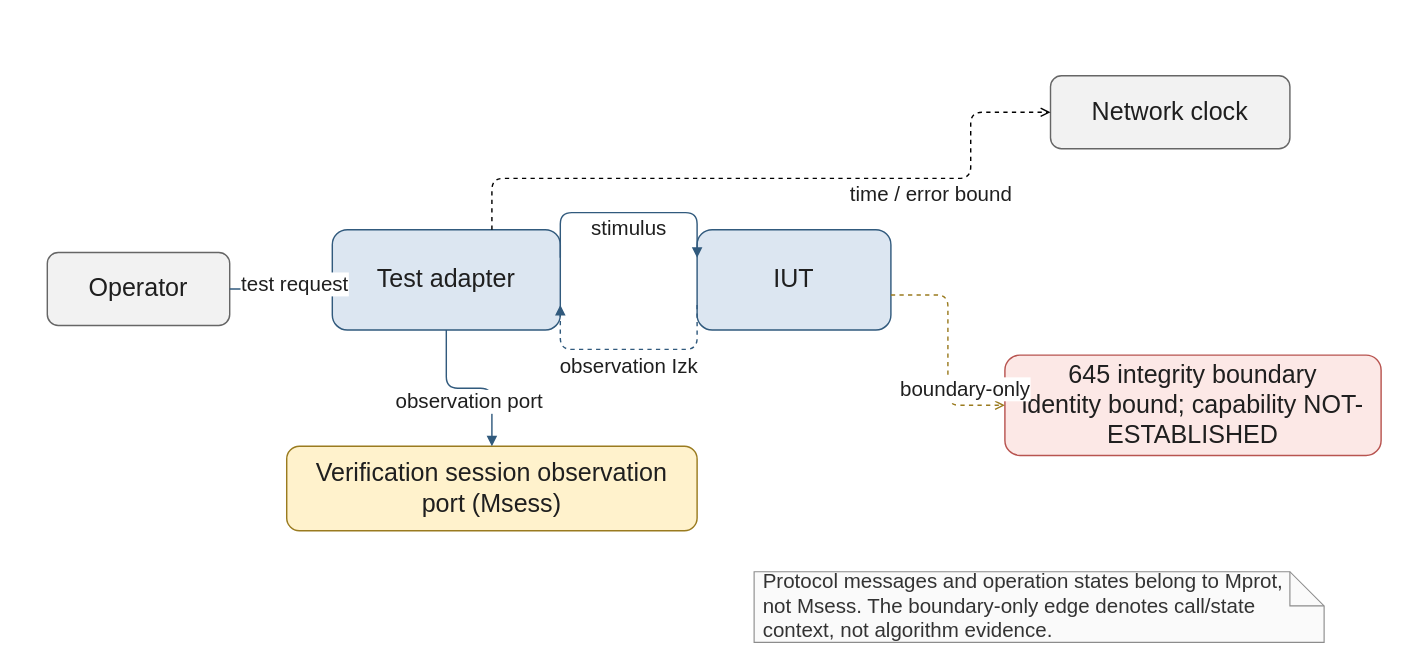
This is docs/research/publication/models/drawio/FIG-CL-TAV-01-context.drawio from ZhangChi0727/arinc-615a-conformance, a draw.io file, before an edit. Source tidied: cells renumbered, new cells numbered last; positions are measured from the earlier drawing's top-left corner, leaving out a move shared by most shapes. Both pictures are drawn from the tidied source at 114%, with x=0, y=0 at pixel (47, 75).
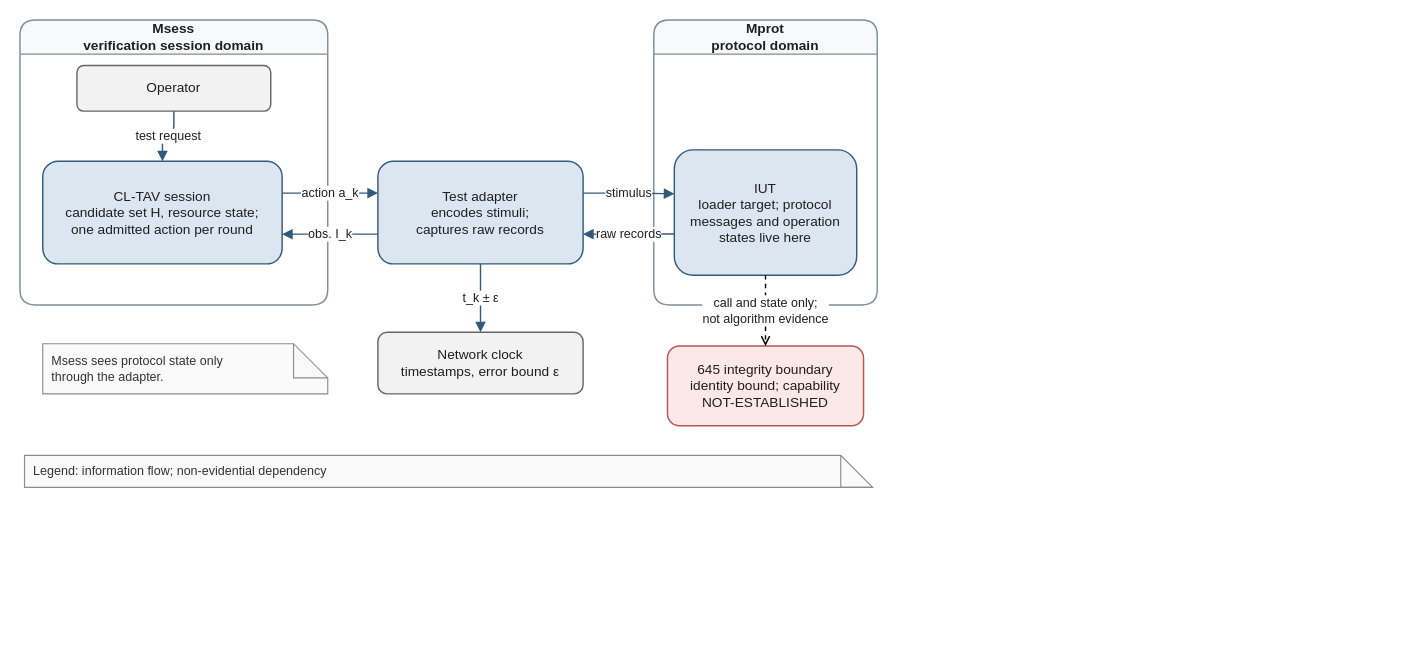
The same diagram, later.

The edit, as a diff of the source:
```diff
@@
+    <mxCell id="15" value="Msess&lt;br&gt;verification session domain" style="swimlane;horizontal=1;startSize=30;rounded=1;whiteSpace=wrap;html=1;fillColor=#F7F9FB;swimlaneFillColor=#FFFFFF;strokeColor=#7F8C99;strokeWidth=1.25;fontFamily=Helvetica;fontSize=12;fontStyle=1;fontColor=#1F1F1F;shadow=0;glass=0;gradientColor=none;" parent="1" vertex="1">
+      <mxGeometry x="-24" y="-49" width="270" height="250" as="geometry" />
+    </mxCell>
+    <mxCell id="16" value="Mprot&lt;br&gt;protocol domain" style="swimlane;horizontal=1;startSize=30;rounded=1;whiteSpace=wrap;html=1;fillColor=#F7F9FB;swimlaneFillColor=#FFFFFF;strokeColor=#7F8C99;strokeWidth=1.25;fontFamily=Helvetica;fontSize=12;fontStyle=1;fontColor=#1F1F1F;shadow=0;glass=0;gradientColor=none;" parent="1" vertex="1">
+      <mxGeometry x="532" y="-49" width="196" height="250" as="geometry" />
+    </mxCell>
-    <mxCell id="2" value="Operator" style="rounded=1;whiteSpace=wrap;html=1;fillColor=#F2F2F2;strokeColor=#666666;strokeWidth=1.25;fontFamily=Helvetica;fontSize=22;fontColor=#1F1F1F;align=center;verticalAlign=middle;spacing=6;shadow=0;glass=0;gradientColor=none;" parent="1" vertex="1">
-      <mxGeometry y="155" width="160" height="64" as="geometry" />
+    <mxCell id="2" value="Operator" style="rounded=1;whiteSpace=wrap;html=1;fillColor=#F2F2F2;strokeColor=#666666;strokeWidth=1.25;fontFamily=Helvetica;fontSize=12;fontColor=#1F1F1F;align=center;verticalAlign=middle;spacing=6;shadow=0;glass=0;gradientColor=none;" parent="15" vertex="1">
+      <mxGeometry x="50" y="40" width="170" height="40" as="geometry" />
     </mxCell>
+    <mxCell id="17" value="CL-TAV session&lt;br&gt;candidate set H, resource state;&lt;br&gt;one admitted action per round" style="rounded=1;whiteSpace=wrap;html=1;fillColor=#DCE6F1;strokeColor=#315A7D;strokeWidth=1.25;fontFamily=Helvetica;fontSize=12;fontColor=#1F1F1F;align=center;verticalAlign=middle;spacing=6;shadow=0;glass=0;gradientColor=none;" parent="15" vertex="1">
+      <mxGeometry x="20" y="124" width="210" height="90" as="geometry" />
+    </mxCell>
-    <mxCell id="3" value="Test adapter" style="rounded=1;whiteSpace=wrap;html=1;fillColor=#DCE6F1;strokeColor=#315A7D;strokeWidth=1.25;fontFamily=Helvetica;fontSize=22;fontColor=#1F1F1F;align=center;verticalAlign=middle;spacing=6;shadow=0;glass=0;gradientColor=none;" parent="1" vertex="1">
-      <mxGeometry x="250" y="135" width="200" height="88" as="geometry" />
+    <mxCell id="3" value="Test adapter&lt;br&gt;encodes stimuli;&lt;br&gt;captures raw records" style="rounded=1;whiteSpace=wrap;html=1;fillColor=#DCE6F1;strokeColor=#315A7D;strokeWidth=1.25;fontFamily=Helvetica;fontSize=12;fontColor=#1F1F1F;align=center;verticalAlign=middle;spacing=6;shadow=0;glass=0;gradientColor=none;" parent="1" vertex="1">
+      <mxGeometry x="290" y="75" width="180" height="90" as="geometry" />
     </mxCell>
-    <mxCell id="4" value="IUT" style="rounded=1;whiteSpace=wrap;html=1;fillColor=#DCE6F1;strokeColor=#315A7D;strokeWidth=1.25;fontFamily=Helvetica;fontSize=22;fontColor=#1F1F1F;align=center;verticalAlign=middle;spacing=6;shadow=0;glass=0;gradientColor=none;" parent="1" vertex="1">
-      <mxGeometry x="570" y="135" width="170" height="88" as="geometry" />
+    <mxCell id="4" value="IUT&lt;br&gt;loader target; protocol&lt;br&gt;messages and operation&lt;br&gt;states live here" style="rounded=1;whiteSpace=wrap;html=1;fillColor=#DCE6F1;strokeColor=#315A7D;strokeWidth=1.25;fontFamily=Helvetica;fontSize=12;fontColor=#1F1F1F;align=center;verticalAlign=middle;spacing=6;shadow=0;glass=0;gradientColor=none;" parent="16" vertex="1">
+      <mxGeometry x="18" y="114" width="160" height="110" as="geometry" />
     </mxCell>
-    <mxCell id="5" value="Network clock" style="rounded=1;whiteSpace=wrap;html=1;fillColor=#F2F2F2;strokeColor=#666666;strokeWidth=1.25;fontFamily=Helvetica;fontSize=22;fontColor=#1F1F1F;align=center;verticalAlign=middle;spacing=6;shadow=0;glass=0;gradientColor=none;" parent="1" vertex="1">
-      <mxGeometry x="880" width="210" height="64" as="geometry" />
-    </mxCell>
+    <mxCell id="18" value="Network clock&lt;br&gt;timestamps, error bound ε" style="rounded=1;whiteSpace=wrap;html=1;fillColor=#F2F2F2;strokeColor=#666666;strokeWidth=1.25;fontFamily=Helvetica;fontSize=12;fontColor=#1F1F1F;align=center;verticalAlign=middle;spacing=6;shadow=0;glass=0;gradientColor=none;" parent="1" vertex="1">
+      <mxGeometry x="290" y="225" width="180" height="54" as="geometry" />
+    </mxCell>
-    <mxCell id="6" value="645 integrity boundary&lt;br&gt;identity bound; capability NOT-ESTABLISHED" style="rounded=1;whiteSpace=wrap;html=1;fillColor=#FCE8E6;strokeColor=#B85450;strokeWidth=1.25;fontFamily=Helvetica;fontSize=22;fontColor=#1F1F1F;align=center;verticalAlign=middle;spacing=6;shadow=0;glass=0;gradientColor=none;" parent="1" vertex="1">
-      <mxGeometry x="840" y="245" width="330" height="88" as="geometry" />
+    <mxCell id="6" value="645 integrity boundary&lt;br&gt;identity bound; capability&lt;br&gt;NOT-ESTABLISHED" style="rounded=1;whiteSpace=wrap;html=1;fillColor=#FCE8E6;strokeColor=#B85450;strokeWidth=1.25;fontFamily=Helvetica;fontSize=12;fontColor=#1F1F1F;align=center;verticalAlign=middle;spacing=6;shadow=0;glass=0;gradientColor=none;" parent="1" vertex="1">
+      <mxGeometry x="544" y="237" width="172" height="70" as="geometry" />
     </mxCell>
-    <mxCell id="7" value="Verification session observation port (Msess)" style="rounded=1;whiteSpace=wrap;html=1;fillColor=#FFF2CC;strokeColor=#9A7B1F;strokeWidth=1.25;fontFamily=Helvetica;fontSize=22;fontColor=#1F1F1F;align=center;verticalAlign=middle;spacing=6;shadow=0;glass=0;gradientColor=none;" parent="1" vertex="1">
-      <mxGeometry x="210" y="325" width="360" height="74" as="geometry" />
-    </mxCell>
-    <mxCell id="8" value="Protocol messages and operation states belong to Mprot, not Msess. The boundary-only edge denotes call/state context, not algorithm evidence." style="shape=note;whiteSpace=wrap;html=1;fillColor=#FAFAFA;strokeColor=#8C8C8C;strokeWidth=1;fontFamily=Helvetica;fontSize=18;fontColor=#333333;align=left;verticalAlign=middle;spacing=8;shadow=0;glass=0;gradientColor=none;" parent="1" vertex="1">
-      <mxGeometry x="620" y="435" width="500" height="62" as="geometry" />
-    </mxCell>
+    <mxCell id="19" value="Msess sees protocol state only&lt;br&gt;through the adapter." style="shape=note;whiteSpace=wrap;html=1;fillColor=#FAFAFA;strokeColor=#8C8C8C;strokeWidth=1;fontFamily=Helvetica;fontSize=11;fontColor=#333333;align=left;verticalAlign=middle;spacing=8;shadow=0;glass=0;gradientColor=none;" parent="1" vertex="1">
+      <mxGeometry x="-4" y="235" width="250" height="44" as="geometry" />
+    </mxCell>
+    <mxCell id="20" value="Legend: information flow; non-evidential dependency" style="shape=note;whiteSpace=wrap;html=1;fillColor=#FAFAFA;strokeColor=#8C8C8C;strokeWidth=1;fontFamily=Helvetica;fontSize=11;fontColor=#333333;align=left;verticalAlign=middle;spacing=8;shadow=0;glass=0;gradientColor=none;" parent="1" vertex="1">
+      <mxGeometry x="-20" y="333" width="744" height="28" as="geometry" />
+    </mxCell>
-    <mxCell id="9" value="test request" style="edgeStyle=orthogonalEdgeStyle;rounded=1;jettySize=auto;html=1;strokeWidth=1.25;fontFamily=Helvetica;fontSize=18;fontColor=#1F1F1F;labelBackgroundColor=#FFFFFF;endArrow=block;strokeColor=#315A7D;exitX=1;exitY=0.5;entryX=0;entryY=0.5;exitDx=0;exitDy=0;exitPerimeter=1;entryDx=0;entryDy=0;entryPerimeter=1;" parent="1" edge="1" source="2" target="3">
-      <mxGeometry y="-12" relative="1" as="geometry" />
+    <mxCell id="9" value="test request" style="edgeStyle=orthogonalEdgeStyle;rounded=1;jettySize=auto;html=1;strokeWidth=1.25;fontFamily=Helvetica;fontSize=11;fontColor=#1F1F1F;labelBackgroundColor=#FFFFFF;endArrow=block;strokeColor=#315A7D;exitX=0.5;exitY=1;entryX=0.5;entryY=0;exitDx=0;exitDy=0;exitPerimeter=1;entryDx=0;entryDy=0;entryPerimeter=1;" parent="1" edge="1" source="2" target="17">
+      <mxGeometry relative="1" as="geometry" />
     </mxCell>
+    <mxCell id="21" value="action a_k" style="edgeStyle=orthogonalEdgeStyle;rounded=1;jettySize=auto;html=1;strokeWidth=1.25;fontFamily=Helvetica;fontSize=11;fontColor=#1F1F1F;labelBackgroundColor=#FFFFFF;endArrow=block;strokeColor=#315A7D;exitX=1;exitY=0.31;entryX=0;entryY=0.31;exitDx=0;exitDy=0;exitPerimeter=1;entryDx=0;entryDy=0;entryPerimeter=1;" parent="1" edge="1" source="17" target="3">
+      <mxGeometry relative="1" as="geometry" />
+    </mxCell>
+    <mxCell id="22" value="obs. I_k" style="edgeStyle=orthogonalEdgeStyle;rounded=1;jettySize=auto;html=1;strokeWidth=1.25;fontFamily=Helvetica;fontSize=11;fontColor=#1F1F1F;labelBackgroundColor=#FFFFFF;endArrow=block;strokeColor=#315A7D;exitX=0;exitY=0.71;entryX=1;entryY=0.71;exitDx=0;exitDy=0;exitPerimeter=1;entryDx=0;entryDy=0;entryPerimeter=1;" parent="1" edge="1" source="3" target="17">
+      <mxGeometry relative="1" as="geometry" />
+    </mxCell>
-    <mxCell id="10" value="stimulus" style="edgeStyle=orthogonalEdgeStyle;rounded=1;jettySize=auto;html=1;strokeWidth=1.25;fontFamily=Helvetica;fontSize=18;fontColor=#1F1F1F;labelBackgroundColor=#FFFFFF;endArrow=block;strokeColor=#315A7D;exitX=1;exitY=0.28;entryX=0;entryY=0.28;exitDx=0;exitDy=0;exitPerimeter=1;entryDx=0;entryDy=0;entryPerimeter=1;" parent="1" edge="1" source="3" target="4">
-      <mxGeometry y="-14" relative="1" as="geometry">
-        <Array as="points">
-          <mxPoint x="495" y="120" />
-          <mxPoint x="525" y="120" />
-        </Array>
-      </mxGeometry>
+    <mxCell id="10" value="stimulus" style="edgeStyle=orthogonalEdgeStyle;rounded=1;jettySize=auto;html=1;strokeWidth=1.25;fontFamily=Helvetica;fontSize=11;fontColor=#1F1F1F;labelBackgroundColor=#FFFFFF;endArrow=block;strokeColor=#315A7D;exitX=1;exitY=0.31;entryX=0;entryY=0.35;exitDx=0;exitDy=0;exitPerimeter=1;entryDx=0;entryDy=0;entryPerimeter=1;" parent="1" edge="1" source="3" target="4">
+      <mxGeometry relative="1" as="geometry" />
     </mxCell>
-    <mxCell id="11" value="observation Izk" style="edgeStyle=orthogonalEdgeStyle;rounded=1;jettySize=auto;html=1;strokeWidth=1.25;fontFamily=Helvetica;fontSize=18;fontColor=#1F1F1F;labelBackgroundColor=#FFFFFF;dashed=1;endArrow=block;strokeColor=#315A7D;exitX=0;exitY=0.75;entryX=1;entryY=0.75;exitDx=0;exitDy=0;exitPerimeter=1;entryDx=0;entryDy=0;entryPerimeter=1;" parent="1" edge="1" source="4" target="3">
-      <mxGeometry y="15" relative="1" as="geometry">
-        <Array as="points">
-          <mxPoint x="525" y="240" />
-          <mxPoint x="495" y="240" />
-        </Array>
-      </mxGeometry>
+    <mxCell id="11" value="raw records" style="edgeStyle=orthogonalEdgeStyle;rounded=1;jettySize=auto;html=1;strokeWidth=1.25;fontFamily=Helvetica;fontSize=11;fontColor=#1F1F1F;labelBackgroundColor=#FFFFFF;endArrow=block;strokeColor=#315A7D;exitX=0;exitY=0.67;entryX=1;entryY=0.71;exitDx=0;exitDy=0;exitPerimeter=1;entryDx=0;entryDy=0;entryPerimeter=1;" parent="1" edge="1" source="4" target="3">
+      <mxGeometry relative="1" as="geometry" />
     </mxCell>
-    <mxCell id="12" value="time / error bound" style="edgeStyle=orthogonalEdgeStyle;rounded=1;jettySize=auto;html=1;strokeWidth=1.25;fontFamily=Helvetica;fontSize=18;fontColor=#1F1F1F;labelBackgroundColor=#FFFFFF;dashed=1;endArrow=open;exitX=0.7;exitY=0;entryX=0;entryY=0.5;exitDx=0;exitDy=0;exitPerimeter=1;entryDx=0;entryDy=0;entryPerimeter=1;" parent="1" edge="1" source="3" target="5">
-      <mxGeometry x="0.45" y="-14" relative="1" as="geometry">
-        <Array as="points">
-          <mxPoint x="390" y="90" />
-          <mxPoint x="810" y="90" />
-          <mxPoint x="810" y="32" />
-        </Array>
-      </mxGeometry>
-    </mxCell>
+    <mxCell id="23" value="t_k ± ε" style="edgeStyle=orthogonalEdgeStyle;rounded=1;jettySize=auto;html=1;strokeWidth=1.25;fontFamily=Helvetica;fontSize=11;fontColor=#1F1F1F;labelBackgroundColor=#FFFFFF;endArrow=block;strokeColor=#315A7D;exitX=0.5;exitY=1;entryX=0.5;entryY=0;exitDx=0;exitDy=0;exitPerimeter=1;entryDx=0;entryDy=0;entryPerimeter=1;" parent="1" edge="1" source="3" target="18">
+      <mxGeometry relative="1" as="geometry" />
+    </mxCell>
-    <mxCell id="13" value="boundary-only" style="edgeStyle=orthogonalEdgeStyle;rounded=1;jettySize=auto;html=1;strokeWidth=1.25;fontFamily=Helvetica;fontSize=18;fontColor=#1F1F1F;labelBackgroundColor=#FFFFFF;dashed=1;endArrow=open;strokeColor=#9A7B1F;exitX=1;exitY=0.65;entryX=0;entryY=0.5;exitDx=0;exitDy=0;exitPerimeter=1;entryDx=0;entryDy=0;entryPerimeter=1;" parent="1" edge="1" source="4" target="6">
-      <mxGeometry x="0.35" y="15" relative="1" as="geometry">
-        <Array as="points">
-          <mxPoint x="790" y="192" />
-          <mxPoint x="790" y="289" />
-        </Array>
-      </mxGeometry>
+    <mxCell id="13" value="call and state only;&lt;br&gt;not algorithm evidence" style="edgeStyle=orthogonalEdgeStyle;rounded=1;jettySize=auto;html=1;strokeWidth=1.25;fontFamily=Helvetica;fontSize=11;fontColor=#1F1F1F;labelBackgroundColor=#FFFFFF;dashed=1;endArrow=open;exitX=0.5;exitY=1;entryX=0.5;entryY=0;exitDx=0;exitDy=0;exitPerimeter=1;entryDx=0;entryDy=0;entryPerimeter=1;" parent="1" edge="1" source="4" target="6">
+      <mxGeometry relative="1" as="geometry" />
     </mxCell>
-    <mxCell id="14" value="observation port" style="edgeStyle=orthogonalEdgeStyle;rounded=1;jettySize=auto;html=1;strokeWidth=1.25;fontFamily=Helvetica;fontSize=18;fontColor=#1F1F1F;labelBackgroundColor=#FFFFFF;endArrow=block;strokeColor=#315A7D;exitX=0.5;exitY=1;entryX=0.5;entryY=0;exitDx=0;exitDy=0;exitPerimeter=1;entryDx=0;entryDy=0;entryPerimeter=1;" parent="1" edge="1" source="3" target="7">
-      <mxGeometry y="-12" relative="1" as="geometry" />
-    </mxCell>
```
